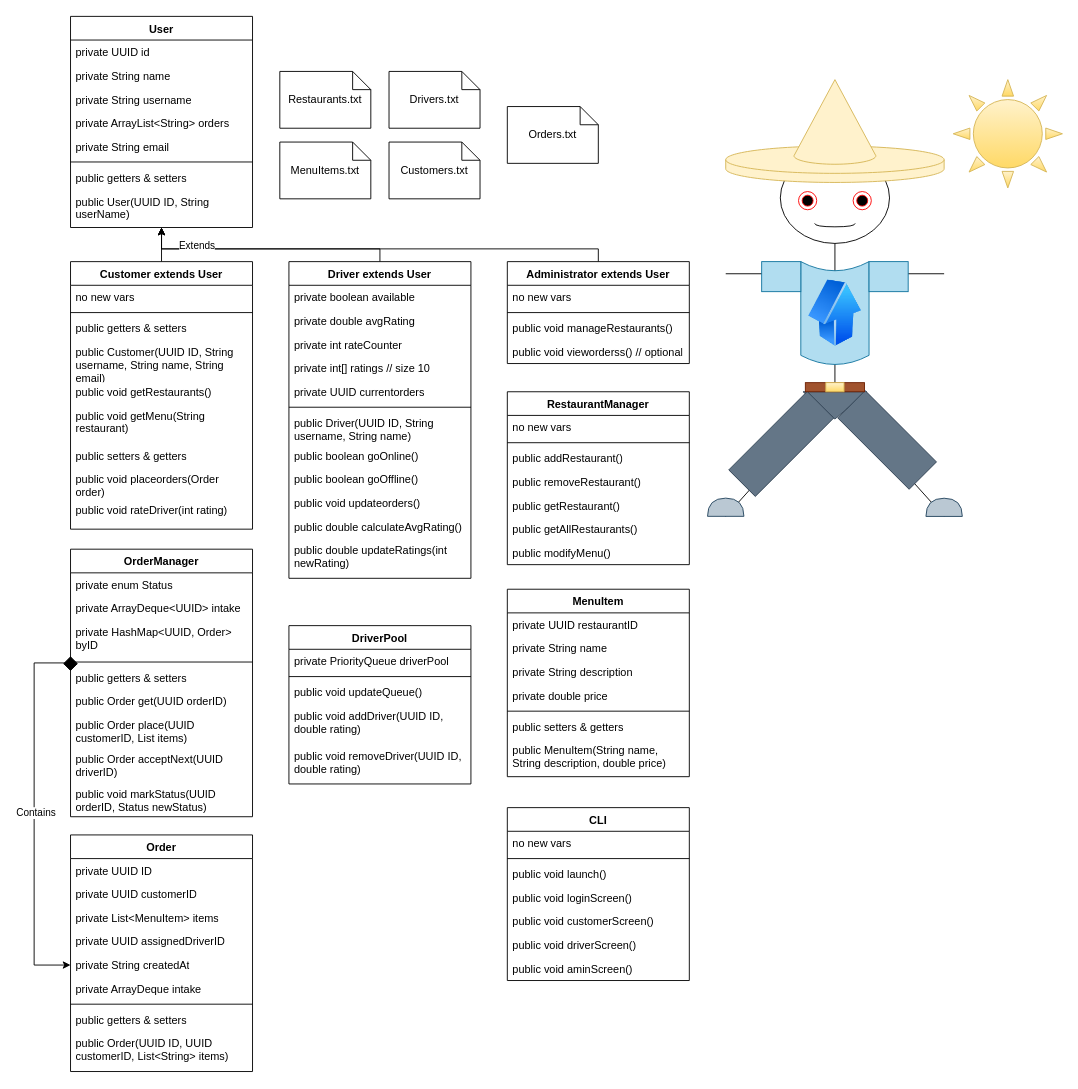
Earlier version of the draw.io diagram docs/CS233-Proj-ClassDiagram.drawio (Nobody277/PasoEats). Source tidied: cells renumbered, new cells numbered last; positions are measured from the earlier drawing's top-left corner, leaving out a move shared by most shapes. Both pictures are drawn from the tidied source at 91%, with x=0, y=0 at pixel (34, 15).
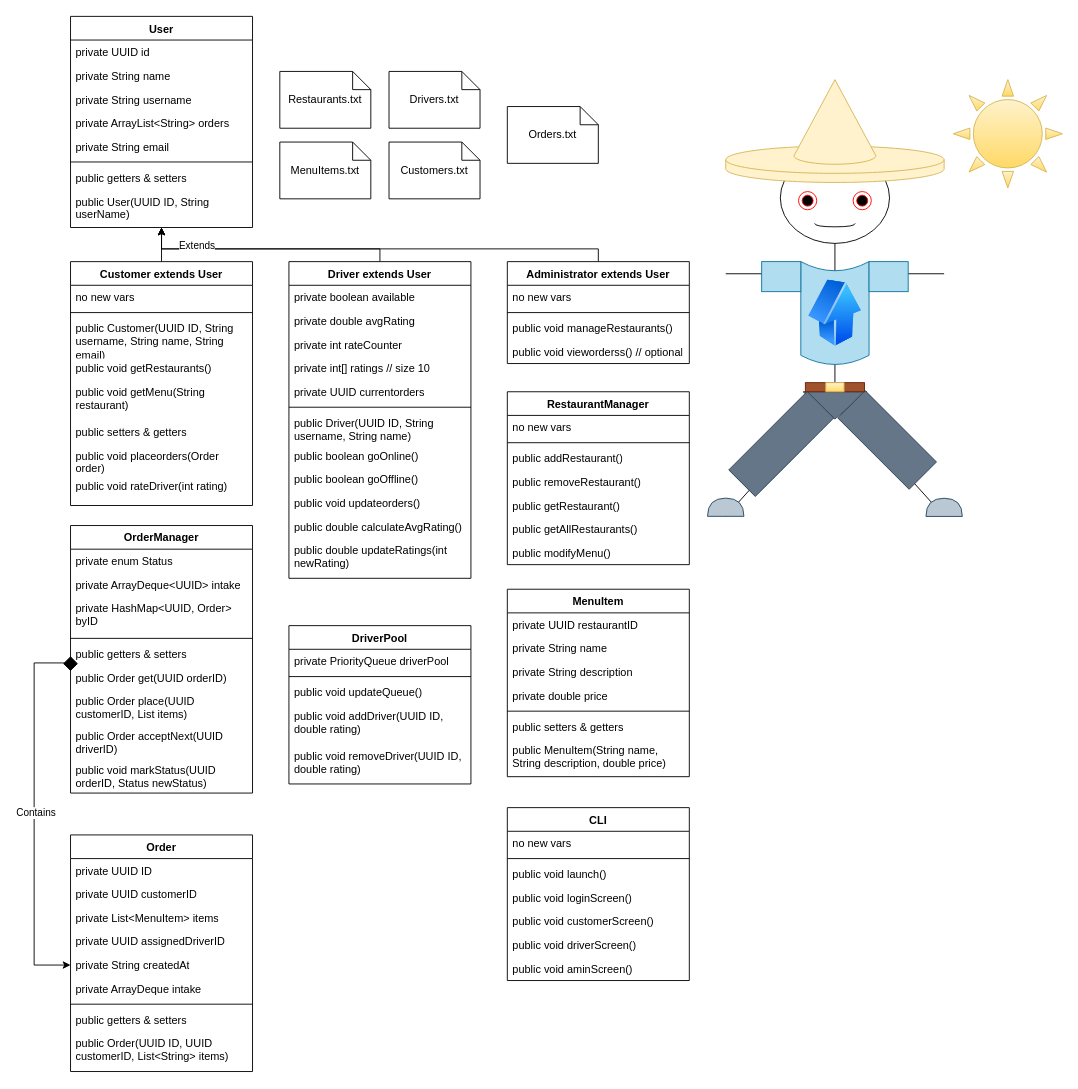
The same page after the edit.

What changed in the source:
```diff
@@
     <mxCell id="12" value="&lt;div&gt;Customer extends&amp;nbsp;User&lt;/div&gt;" style="swimlane;fontStyle=1;align=center;verticalAlign=top;horizontal=1;startSize=26;whiteSpace=wrap;html=1;rounded=0;" parent="1" vertex="1">
-      <mxGeometry x="40" y="270" width="200" height="294" as="geometry" />
+      <mxGeometry x="40" y="270" width="200" height="268" as="geometry" />
     </mxCell>
@@
-    <mxCell id="15" value="public getters &amp;amp; setters" style="text;strokeColor=none;fillColor=none;align=left;verticalAlign=top;spacingLeft=4;spacingRight=4;overflow=hidden;whiteSpace=wrap;html=1;rounded=0;" parent="12" vertex="1">
-      <mxGeometry y="60" width="200" height="26" as="geometry" />
-    </mxCell>
     <mxCell id="16" value="public Customer(UUID ID, String username, String name, String email)" style="text;strokeColor=none;fillColor=none;align=left;verticalAlign=top;spacingLeft=4;spacingRight=4;overflow=hidden;whiteSpace=wrap;html=1;rounded=0;" parent="12" vertex="1">
-      <mxGeometry y="86" width="200" height="44" as="geometry" />
+      <mxGeometry y="60" width="200" height="44" as="geometry" />
     </mxCell>
     <mxCell id="17" value="&lt;div&gt;public void getRestaurants()&lt;/div&gt;" style="text;strokeColor=none;fillColor=none;align=left;verticalAlign=top;spacingLeft=4;spacingRight=4;overflow=hidden;whiteSpace=wrap;html=1;rounded=0;" parent="12" vertex="1">
-      <mxGeometry y="130" width="200" height="26" as="geometry" />
+      <mxGeometry y="104" width="200" height="26" as="geometry" />
     </mxCell>
     <mxCell id="18" value="public void getMenu(String restaurant)" style="text;strokeColor=none;fillColor=none;align=left;verticalAlign=top;spacingLeft=4;spacingRight=4;overflow=hidden;whiteSpace=wrap;html=1;rounded=0;" parent="12" vertex="1">
-      <mxGeometry y="156" width="200" height="44" as="geometry" />
+      <mxGeometry y="130" width="200" height="44" as="geometry" />
     </mxCell>
     <mxCell id="19" value="public setters &amp;amp; getters" style="text;strokeColor=none;fillColor=none;align=left;verticalAlign=top;spacingLeft=4;spacingRight=4;overflow=hidden;whiteSpace=wrap;html=1;rounded=0;" parent="12" vertex="1">
-      <mxGeometry y="200" width="200" height="26" as="geometry" />
+      <mxGeometry y="174" width="200" height="26" as="geometry" />
     </mxCell>
     <mxCell id="20" value="public void placeorders(Order order)" style="text;strokeColor=none;fillColor=none;align=left;verticalAlign=top;spacingLeft=4;spacingRight=4;overflow=hidden;whiteSpace=wrap;html=1;rounded=0;" parent="12" vertex="1">
-      <mxGeometry y="226" width="200" height="34" as="geometry" />
+      <mxGeometry y="200" width="200" height="34" as="geometry" />
     </mxCell>
     <mxCell id="21" value="public void rateDriver(int rating)" style="text;strokeColor=none;fillColor=none;align=left;verticalAlign=top;spacingLeft=4;spacingRight=4;overflow=hidden;whiteSpace=wrap;html=1;rounded=0;" parent="12" vertex="1">
-      <mxGeometry y="260" width="200" height="34" as="geometry" />
+      <mxGeometry y="234" width="200" height="34" as="geometry" />
     </mxCell>
@@
     <mxCell id="97" value="OrderManager" style="swimlane;fontStyle=1;align=center;verticalAlign=top;horizontal=1;startSize=26;whiteSpace=wrap;html=1;rounded=0;" parent="1" vertex="1">
-      <mxGeometry x="40" y="586" width="200" height="294" as="geometry" />
+      <mxGeometry x="40" y="560" width="200" height="294" as="geometry" />
     </mxCell>
```
